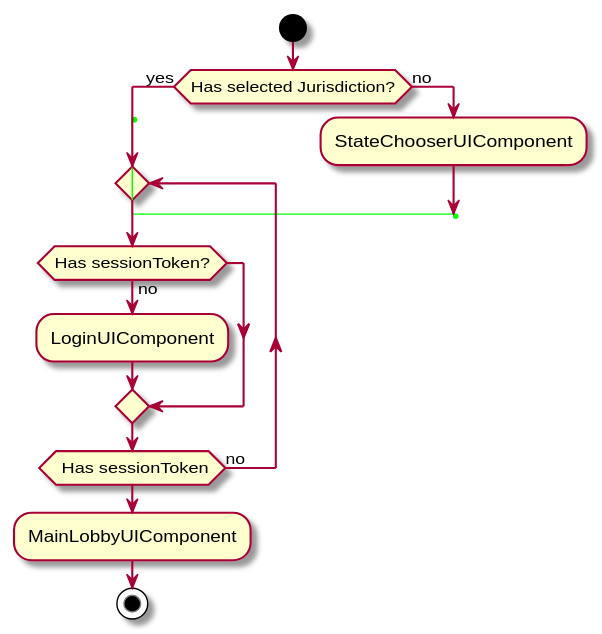
Earlier version of the PlantUML export uml/login2.svg (palainteractivedev/umlmodels). Its diagram source:
```plantuml
@startuml

start
if (Has selected Jurisdiction?) then (yes)
  label lbl_login
  repeat
    if (Has sessionToken?) then (no)
      :LoginUIComponent;
    endif
  repeat while( Has sessionToken) is (no)
  :MainLobbyUIComponent;
  stop
else (no)
  :StateChooserUIComponent;
  goto lbl_login
endif

@enduml
```
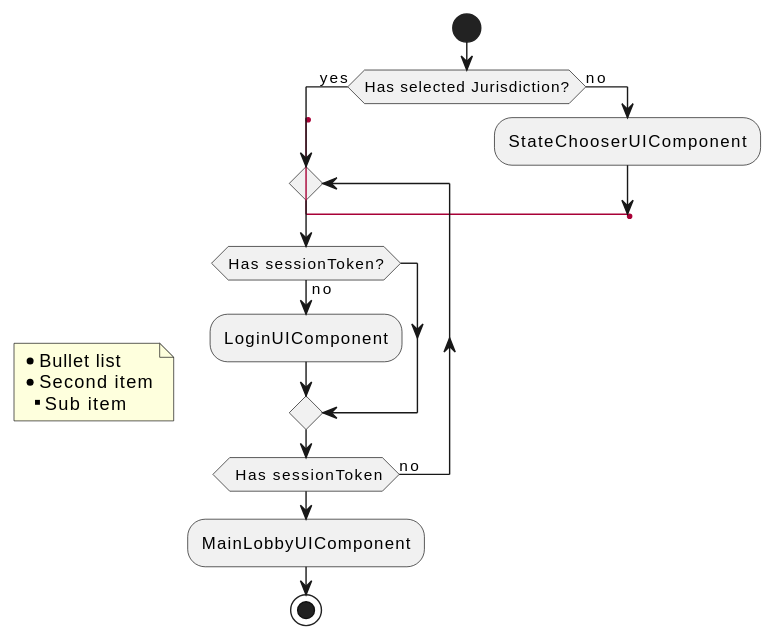
The same diagram one commit later.

What changed in the source:
```diff
@@ -1,5 +1,4 @@
 @startuml
-
 start
 if (Has selected Jurisdiction?) then (yes)
   label lbl_login
@@ -14,5 +13,9 @@
   :StateChooserUIComponent;
   goto lbl_login
 endif
-
+note left
+  * Bullet list
+  * Second item
+  ** Sub item
+end note
 @enduml
```
